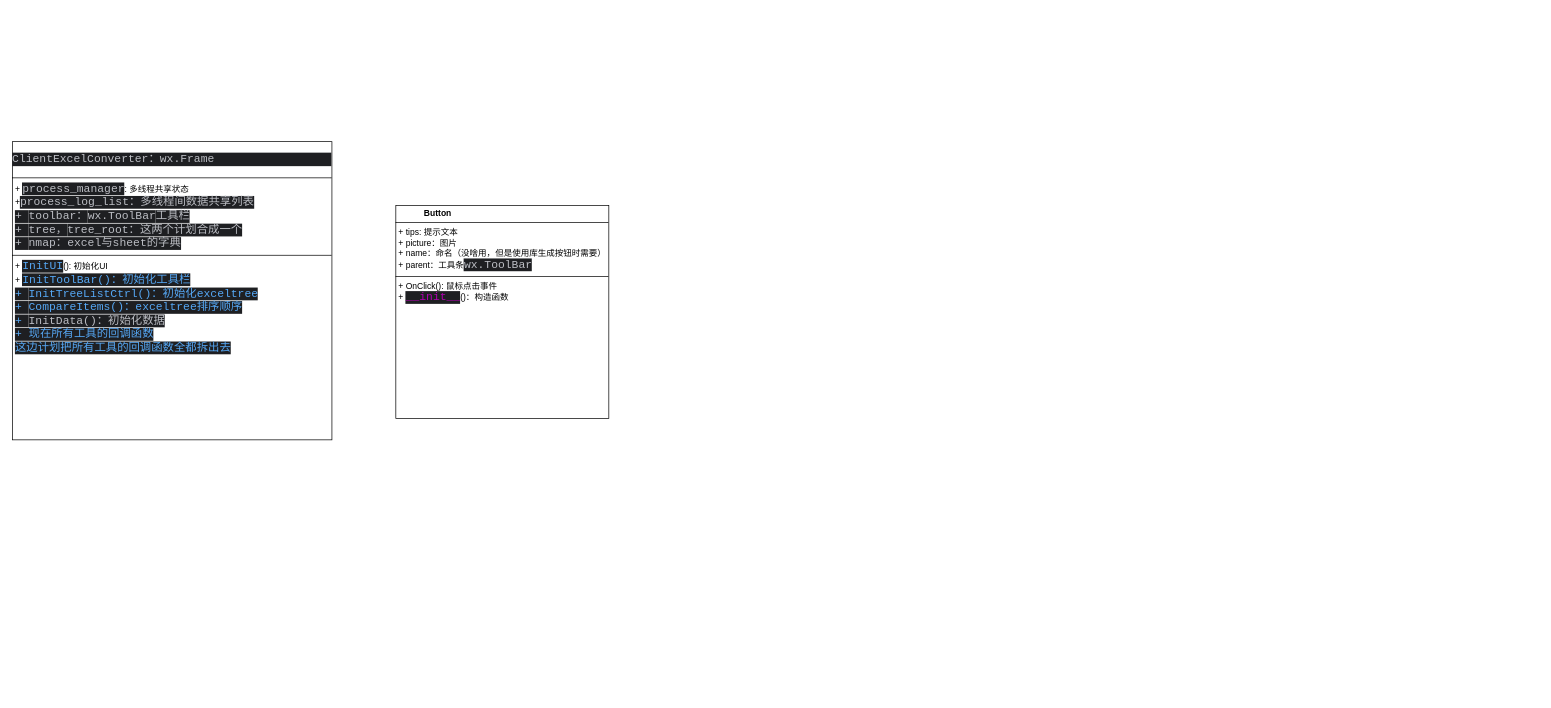
Before: page "导表工具界面UIUML图" (8 of 10) of 导表工具.drawio in ling-shixi/meta, a draw.io diagram. Source tidied: cells renumbered, new cells numbered last; positions are measured from the earlier drawing's top-left corner, leaving out a move shared by most shapes. Both pictures are drawn from the tidied source at 71%, with x=0, y=0 at pixel (12, 141).
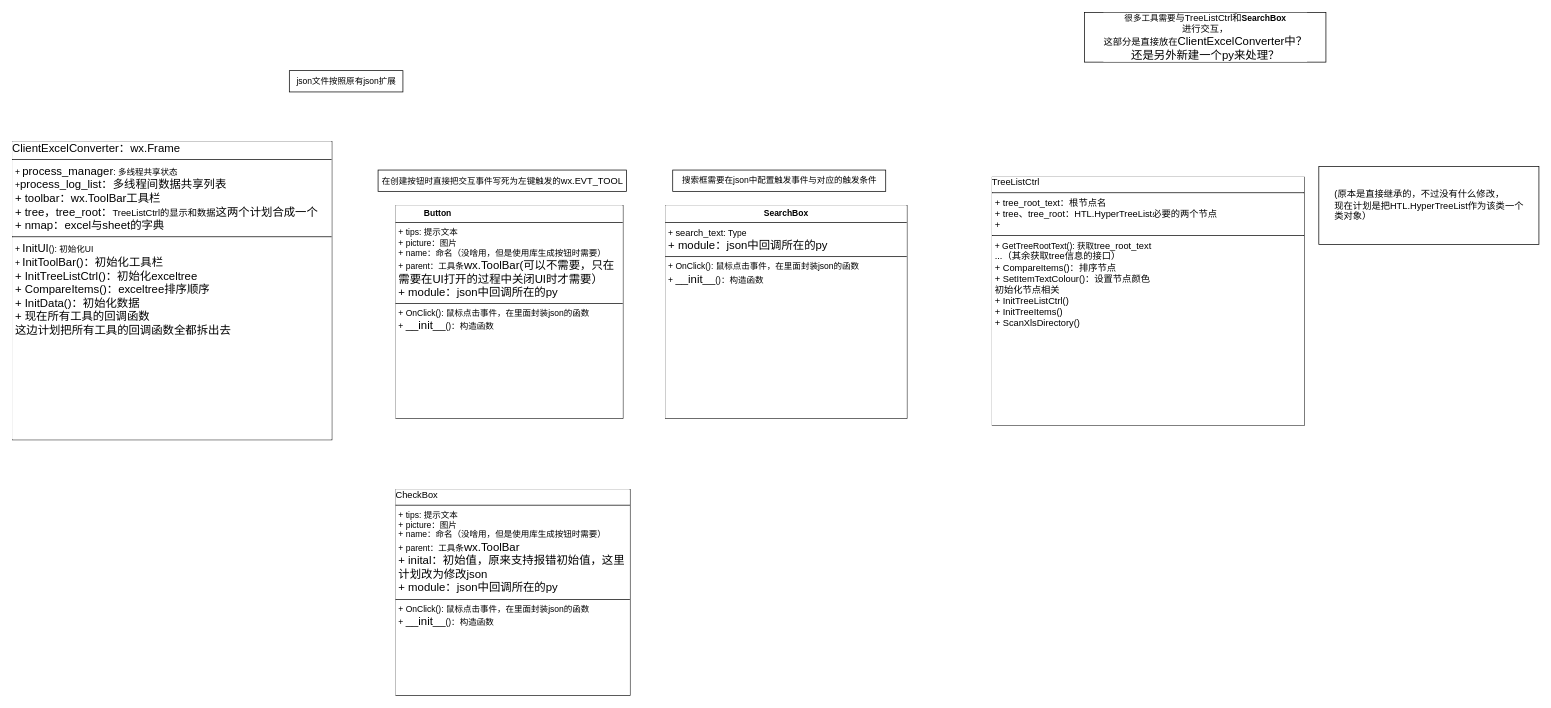
The same page after the edit.

Commit message:
更新导表工具.drawio

The edit, as a diff of the source:
```diff
@@
 <mxGraphModel>
   <root>
     <mxCell id="0" />
     <mxCell id="1" parent="0" />
-    <mxCell id="2" value="&lt;div style=&quot;background-color: rgb(30, 31, 34); color: rgb(188, 190, 196);&quot;&gt;&lt;pre style=&quot;font-family:'JetBrains Mono',monospace;font-size:12.0pt;&quot;&gt;ClientExcelConverter：wx.Frame&lt;/pre&gt;&lt;/div&gt;&lt;hr size=&quot;1&quot; style=&quot;border-style:solid;&quot;&gt;&lt;p style=&quot;margin:0px;margin-left:4px;&quot;&gt;+&amp;nbsp;&lt;span style=&quot;font-family: &amp;quot;JetBrains Mono&amp;quot;, monospace; font-size: 12pt; background-color: rgb(30, 31, 34); color: rgb(188, 190, 196);&quot;&gt;process_manager&lt;/span&gt;&lt;span style=&quot;background-color: transparent; color: light-dark(rgb(0, 0, 0), rgb(255, 255, 255));&quot;&gt;: 多线程共享状态&lt;/span&gt;&lt;/p&gt;&lt;p style=&quot;margin:0px;margin-left:4px;&quot;&gt;&lt;span style=&quot;background-color: transparent; color: light-dark(rgb(0, 0, 0), rgb(255, 255, 255));&quot;&gt;+&lt;/span&gt;&lt;span style=&quot;font-family: &amp;quot;JetBrains Mono&amp;quot;, monospace; font-size: 12pt; background-color: rgb(30, 31, 34); color: rgb(188, 190, 196);&quot;&gt;process_log_list：多线程间数据共享列表&lt;/span&gt;&lt;/p&gt;&lt;p style=&quot;margin:0px;margin-left:4px;&quot;&gt;&lt;span style=&quot;font-family: &amp;quot;JetBrains Mono&amp;quot;, monospace; font-size: 12pt; background-color: rgb(30, 31, 34); color: rgb(188, 190, 196);&quot;&gt;+&amp;nbsp;&lt;/span&gt;&lt;span style=&quot;font-family: &amp;quot;JetBrains Mono&amp;quot;, monospace; font-size: 12pt; background-color: rgb(30, 31, 34); color: rgb(188, 190, 196);&quot;&gt;toolbar：&lt;/span&gt;&lt;span style=&quot;font-family: &amp;quot;JetBrains Mono&amp;quot;, monospace; font-size: 12pt; background-color: rgb(30, 31, 34); color: rgb(188, 190, 196);&quot;&gt;wx.ToolBar&lt;/span&gt;&lt;span style=&quot;background-color: rgb(30, 31, 34); color: rgb(188, 190, 196); font-family: &amp;quot;JetBrains Mono&amp;quot;, monospace; font-size: 12pt;&quot;&gt;工具栏&lt;/span&gt;&lt;/p&gt;&lt;p style=&quot;margin:0px;margin-left:4px;&quot;&gt;&lt;span style=&quot;font-family: &amp;quot;JetBrains Mono&amp;quot;, monospace; font-size: 12pt; background-color: rgb(30, 31, 34); color: rgb(188, 190, 196);&quot;&gt;+&amp;nbsp;&lt;/span&gt;&lt;span style=&quot;font-family: &amp;quot;JetBrains Mono&amp;quot;, monospace; font-size: 12pt; background-color: rgb(30, 31, 34); color: rgb(188, 190, 196);&quot;&gt;tree，&lt;/span&gt;&lt;span style=&quot;font-family: &amp;quot;JetBrains Mono&amp;quot;, monospace; font-size: 12pt; background-color: rgb(30, 31, 34); color: rgb(188, 190, 196);&quot;&gt;tree_root：这两个计划合成一个&lt;/span&gt;&lt;/p&gt;&lt;p style=&quot;margin:0px;margin-left:4px;&quot;&gt;&lt;span style=&quot;font-family: &amp;quot;JetBrains Mono&amp;quot;, monospace; font-size: 12pt; background-color: rgb(30, 31, 34); color: rgb(188, 190, 196);&quot;&gt;+&amp;nbsp;&lt;/span&gt;&lt;span style=&quot;font-family: &amp;quot;JetBrains Mono&amp;quot;, monospace; font-size: 12pt; background-color: rgb(30, 31, 34); color: rgb(188, 190, 196);&quot;&gt;nmap：excel与sheet的字典&lt;/span&gt;&lt;/p&gt;&lt;hr size=&quot;1&quot; style=&quot;border-style:solid;&quot;&gt;&lt;p style=&quot;margin:0px;margin-left:4px;&quot;&gt;+&amp;nbsp;&lt;span style=&quot;color: rgb(86, 168, 245); font-family: &amp;quot;JetBrains Mono&amp;quot;, monospace; font-size: 12pt; background-color: rgb(30, 31, 34);&quot;&gt;InitUI&lt;/span&gt;&lt;span style=&quot;background-color: transparent; color: light-dark(rgb(0, 0, 0), rgb(255, 255, 255));&quot;&gt;(): 初始化UI&lt;/span&gt;&lt;/p&gt;&lt;p style=&quot;margin:0px;margin-left:4px;&quot;&gt;&lt;span style=&quot;background-color: transparent; color: light-dark(rgb(0, 0, 0), rgb(255, 255, 255));&quot;&gt;+&amp;nbsp;&lt;/span&gt;&lt;span style=&quot;color: rgb(86, 168, 245); font-family: &amp;quot;JetBrains Mono&amp;quot;, monospace; font-size: 12pt; background-color: rgb(30, 31, 34);&quot;&gt;InitToolBar()：初始化工具栏&lt;/span&gt;&lt;/p&gt;&lt;p style=&quot;margin:0px;margin-left:4px;&quot;&gt;&lt;span style=&quot;color: rgb(86, 168, 245); font-family: &amp;quot;JetBrains Mono&amp;quot;, monospace; font-size: 12pt; background-color: rgb(30, 31, 34);&quot;&gt;+&amp;nbsp;&lt;/span&gt;&lt;span style=&quot;color: rgb(86, 168, 245); font-family: &amp;quot;JetBrains Mono&amp;quot;, monospace; font-size: 12pt; background-color: rgb(30, 31, 34);&quot;&gt;InitTreeListCtrl()：初始化exceltree&lt;/span&gt;&lt;/p&gt;&lt;p style=&quot;margin:0px;margin-left:4px;&quot;&gt;&lt;span style=&quot;color: rgb(86, 168, 245); font-family: &amp;quot;JetBrains Mono&amp;quot;, monospace; font-size: 12pt; background-color: rgb(30, 31, 34);&quot;&gt;+&amp;nbsp;&lt;/span&gt;&lt;span style=&quot;color: rgb(86, 168, 245); font-family: &amp;quot;JetBrains Mono&amp;quot;, monospace; font-size: 12pt; background-color: rgb(30, 31, 34);&quot;&gt;CompareItems()：exceltree排序顺序&lt;/span&gt;&lt;/p&gt;&lt;p style=&quot;margin:0px;margin-left:4px;&quot;&gt;&lt;span style=&quot;color: rgb(86, 168, 245); font-family: &amp;quot;JetBrains Mono&amp;quot;, monospace; font-size: 12pt; background-color: rgb(30, 31, 34);&quot;&gt;+&amp;nbsp;&lt;/span&gt;&lt;span style=&quot;font-family: &amp;quot;JetBrains Mono&amp;quot;, monospace; font-size: 12pt; background-color: rgb(30, 31, 34); color: rgb(188, 190, 196);&quot;&gt;InitData()：初始化数据&lt;/span&gt;&lt;/p&gt;&lt;p style=&quot;margin:0px;margin-left:4px;&quot;&gt;&lt;span style=&quot;color: rgb(86, 168, 245); font-family: &amp;quot;JetBrains Mono&amp;quot;, monospace; font-size: 12pt; background-color: rgb(30, 31, 34);&quot;&gt;+ 现在所有工具的回调函数&lt;/span&gt;&lt;/p&gt;&lt;p style=&quot;margin:0px;margin-left:4px;&quot;&gt;&lt;span style=&quot;color: rgb(86, 168, 245); font-family: &amp;quot;JetBrains Mono&amp;quot;, monospace; font-size: 12pt; background-color: rgb(30, 31, 34);&quot;&gt;这边计划把所有工具的回调函数全都拆出去&lt;/span&gt;&lt;/p&gt;" style="verticalAlign=top;align=left;overflow=fill;html=1;whiteSpace=wrap;" parent="1" vertex="1">
+    <mxCell id="2" value="&lt;div style=&quot;&quot;&gt;&lt;div style=&quot;font-size: 12pt;&quot;&gt;ClientExcelConverter：wx.Frame&lt;/div&gt;&lt;/div&gt;&lt;hr size=&quot;1&quot; style=&quot;border-style:solid;&quot;&gt;&lt;p style=&quot;margin:0px;margin-left:4px;&quot;&gt;+&amp;nbsp;&lt;span style=&quot;font-size: 12pt;&quot;&gt;process_manager&lt;/span&gt;&lt;span style=&quot;&quot;&gt;: 多线程共享状态&lt;/span&gt;&lt;/p&gt;&lt;p style=&quot;margin:0px;margin-left:4px;&quot;&gt;&lt;span style=&quot;&quot;&gt;+&lt;/span&gt;&lt;span style=&quot;font-size: 12pt;&quot;&gt;process_log_list：多线程间数据共享列表&lt;/span&gt;&lt;/p&gt;&lt;p style=&quot;margin:0px;margin-left:4px;&quot;&gt;&lt;span style=&quot;font-size: 12pt;&quot;&gt;+&amp;nbsp;&lt;/span&gt;&lt;span style=&quot;font-size: 12pt;&quot;&gt;toolbar：&lt;/span&gt;&lt;span style=&quot;font-size: 12pt;&quot;&gt;wx.ToolBar&lt;/span&gt;&lt;span style=&quot;font-size: 12pt;&quot;&gt;工具栏&lt;/span&gt;&lt;/p&gt;&lt;p style=&quot;margin:0px;margin-left:4px;&quot;&gt;&lt;span style=&quot;font-size: 12pt;&quot;&gt;+&amp;nbsp;&lt;/span&gt;&lt;span style=&quot;font-size: 12pt;&quot;&gt;tree，&lt;/span&gt;&lt;span style=&quot;font-size: 12pt;&quot;&gt;tree_root：&lt;/span&gt;&lt;span style=&quot;font-size: 9.8pt;&quot;&gt;TreeListCtrl的显示和数据&lt;/span&gt;&lt;span style=&quot;font-size: 12pt;&quot;&gt;这两个计划合成一个&lt;/span&gt;&lt;/p&gt;&lt;p style=&quot;margin:0px;margin-left:4px;&quot;&gt;&lt;span style=&quot;font-size: 12pt;&quot;&gt;+&amp;nbsp;&lt;/span&gt;&lt;span style=&quot;font-size: 12pt;&quot;&gt;nmap：excel与sheet的字典&lt;/span&gt;&lt;/p&gt;&lt;hr size=&quot;1&quot; style=&quot;border-style:solid;&quot;&gt;&lt;p style=&quot;margin:0px;margin-left:4px;&quot;&gt;+&amp;nbsp;&lt;span style=&quot;font-size: 12pt;&quot;&gt;InitUI&lt;/span&gt;&lt;span style=&quot;&quot;&gt;(): 初始化UI&lt;/span&gt;&lt;/p&gt;&lt;p style=&quot;margin:0px;margin-left:4px;&quot;&gt;&lt;span style=&quot;&quot;&gt;+&amp;nbsp;&lt;/span&gt;&lt;span style=&quot;font-size: 12pt;&quot;&gt;InitToolBar()：初始化工具栏&lt;/span&gt;&lt;/p&gt;&lt;p style=&quot;margin:0px;margin-left:4px;&quot;&gt;&lt;span style=&quot;font-size: 12pt;&quot;&gt;+&amp;nbsp;&lt;/span&gt;&lt;span style=&quot;font-size: 12pt;&quot;&gt;InitTreeListCtrl()：初始化exceltree&lt;/span&gt;&lt;/p&gt;&lt;p style=&quot;margin:0px;margin-left:4px;&quot;&gt;&lt;span style=&quot;font-size: 12pt;&quot;&gt;+&amp;nbsp;&lt;/span&gt;&lt;span style=&quot;font-size: 12pt;&quot;&gt;CompareItems()：exceltree排序顺序&lt;/span&gt;&lt;/p&gt;&lt;p style=&quot;margin:0px;margin-left:4px;&quot;&gt;&lt;span style=&quot;font-size: 12pt;&quot;&gt;+&amp;nbsp;&lt;/span&gt;&lt;span style=&quot;font-size: 12pt;&quot;&gt;InitData()：初始化数据&lt;/span&gt;&lt;/p&gt;&lt;p style=&quot;margin:0px;margin-left:4px;&quot;&gt;&lt;span style=&quot;font-size: 12pt;&quot;&gt;+ 现在所有工具的回调函数&lt;/span&gt;&lt;/p&gt;&lt;p style=&quot;margin:0px;margin-left:4px;&quot;&gt;&lt;span style=&quot;font-size: 12pt;&quot;&gt;这边计划把所有工具的回调函数全都拆出去&lt;/span&gt;&lt;/p&gt;" style="verticalAlign=top;align=left;overflow=fill;html=1;whiteSpace=wrap;strokeColor=default;fontColor=default;labelBackgroundColor=default;fontFamily=Helvetica;fillColor=default;" parent="1" vertex="1">
       <mxGeometry width="450" height="420" as="geometry" />
     </mxCell>
-    <mxCell id="3" value="&lt;blockquote style=&quot;margin: 0 0 0 40px; border: none; padding: 0px;&quot;&gt;&lt;p style=&quot;margin: 4px 0px 0px;&quot;&gt;&lt;b&gt;Button&lt;/b&gt;&lt;/p&gt;&lt;/blockquote&gt;&lt;hr size=&quot;1&quot; style=&quot;border-style:solid;&quot;&gt;&lt;p style=&quot;margin:0px;margin-left:4px;&quot;&gt;+ tips: 提示文本&lt;/p&gt;&lt;p style=&quot;margin:0px;margin-left:4px;&quot;&gt;+ picture：图片&lt;/p&gt;&lt;p style=&quot;margin:0px;margin-left:4px;&quot;&gt;+ name：命名（没啥用，但是使用库生成按钮时需要）&lt;/p&gt;&lt;p style=&quot;margin:0px;margin-left:4px;&quot;&gt;+ parent：工具条&lt;span style=&quot;font-family: &amp;quot;JetBrains Mono&amp;quot;, monospace; font-size: 12pt; background-color: rgb(30, 31, 34); color: rgb(188, 190, 196);&quot;&gt;wx.ToolBar&lt;/span&gt;&lt;/p&gt;&lt;hr size=&quot;1&quot; style=&quot;border-style:solid;&quot;&gt;&lt;p style=&quot;margin:0px;margin-left:4px;&quot;&gt;+ OnClick(): 鼠标点击事件&lt;/p&gt;&lt;p style=&quot;margin:0px;margin-left:4px;&quot;&gt;+&amp;nbsp;&lt;span style=&quot;color: rgb(178, 0, 178); font-family: &amp;quot;JetBrains Mono&amp;quot;, monospace; font-size: 12pt; background-color: rgb(30, 31, 34);&quot;&gt;__init__&lt;/span&gt;&lt;span style=&quot;background-color: transparent; color: light-dark(rgb(0, 0, 0), rgb(255, 255, 255));&quot;&gt;()：构造函数&lt;/span&gt;&lt;/p&gt;" style="verticalAlign=top;align=left;overflow=fill;html=1;whiteSpace=wrap;" parent="1" vertex="1">
-      <mxGeometry x="540" y="90" width="300" height="300" as="geometry" />
+    <mxCell id="3" value="&lt;blockquote style=&quot;margin: 0 0 0 40px; border: none; padding: 0px;&quot;&gt;&lt;p style=&quot;margin: 4px 0px 0px;&quot;&gt;&lt;b&gt;Button&lt;/b&gt;&lt;/p&gt;&lt;/blockquote&gt;&lt;hr size=&quot;1&quot; style=&quot;border-style:solid;&quot;&gt;&lt;p style=&quot;margin:0px;margin-left:4px;&quot;&gt;+ tips: 提示文本&lt;/p&gt;&lt;p style=&quot;margin:0px;margin-left:4px;&quot;&gt;+ picture：图片&lt;/p&gt;&lt;p style=&quot;margin:0px;margin-left:4px;&quot;&gt;+ name：命名（没啥用，但是使用库生成按钮时需要）&lt;/p&gt;&lt;p style=&quot;margin:0px;margin-left:4px;&quot;&gt;+ parent：工具条&lt;span style=&quot;font-size: 12pt;&quot;&gt;wx.ToolBar(可以不需要，只在需要在UI打开的过程中关闭UI时才需要）&lt;/span&gt;&lt;/p&gt;&lt;p style=&quot;margin:0px;margin-left:4px;&quot;&gt;&lt;span style=&quot;font-size: 12pt;&quot;&gt;+ module：json中回调所在的py&lt;/span&gt;&lt;/p&gt;&lt;hr size=&quot;1&quot; style=&quot;border-style:solid;&quot;&gt;&lt;p style=&quot;margin:0px;margin-left:4px;&quot;&gt;+ OnClick(): 鼠标点击事件，在里面封装json的函数&lt;/p&gt;&lt;p style=&quot;margin:0px;margin-left:4px;&quot;&gt;+&amp;nbsp;&lt;span style=&quot;font-size: 12pt;&quot;&gt;__init__&lt;/span&gt;&lt;span style=&quot;&quot;&gt;()：构造函数&lt;/span&gt;&lt;/p&gt;" style="verticalAlign=top;align=left;overflow=fill;html=1;whiteSpace=wrap;strokeColor=default;fontColor=default;labelBackgroundColor=default;fontFamily=Helvetica;fillColor=default;" parent="1" vertex="1">
+      <mxGeometry x="540" y="90" width="320" height="300" as="geometry" />
     </mxCell>
+    <mxCell id="4" value="&lt;p style=&quot;margin:0px;margin-top:4px;text-align:center;&quot;&gt;&lt;b&gt;SearchBox&lt;/b&gt;&lt;/p&gt;&lt;hr size=&quot;1&quot; style=&quot;border-style:solid;&quot;&gt;&lt;p style=&quot;margin:0px;margin-left:4px;&quot;&gt;+&amp;nbsp;&lt;span style=&quot;font-size: 9.8pt;&quot;&gt;search_text&lt;/span&gt;&lt;span style=&quot;&quot;&gt;: Type&lt;/span&gt;&lt;/p&gt;&lt;p style=&quot;margin:0px;margin-left:4px;&quot;&gt;&lt;span style=&quot;font-size: 16px;&quot;&gt;+ module：json中回调所在的py&lt;/span&gt;&lt;/p&gt;&lt;hr size=&quot;1&quot; style=&quot;border-style:solid;&quot;&gt;&lt;p style=&quot;margin: 0px 0px 0px 4px;&quot;&gt;+ OnClick(): 鼠标点击事件，在里面封装json的函数&lt;/p&gt;&lt;p style=&quot;margin: 0px 0px 0px 4px;&quot;&gt;+&amp;nbsp;&lt;span style=&quot;font-size: 12pt;&quot;&gt;__init__&lt;/span&gt;&lt;span style=&quot;&quot;&gt;()：构造函数&lt;/span&gt;&lt;/p&gt;" style="verticalAlign=top;align=left;overflow=fill;html=1;whiteSpace=wrap;strokeColor=default;fontColor=default;labelBackgroundColor=default;fontFamily=Helvetica;fillColor=default;" parent="1" vertex="1">
+      <mxGeometry x="920" y="90" width="340" height="300" as="geometry" />
+    </mxCell>
+    <mxCell id="5" value="&lt;div style=&quot;&quot;&gt;&lt;div style=&quot;font-size: 9.8pt;&quot;&gt;TreeListCtrl&lt;/div&gt;&lt;/div&gt;&lt;hr size=&quot;1&quot; style=&quot;border-style:solid;&quot;&gt;&lt;p style=&quot;margin:0px;margin-left:4px;&quot;&gt;&lt;span style=&quot;font-size: 9.8pt;&quot;&gt;+&amp;nbsp;&lt;/span&gt;&lt;span style=&quot;font-size: 9.8pt;&quot;&gt;tree_root_text：根节点名&lt;/span&gt;&lt;/p&gt;&lt;p style=&quot;margin:0px;margin-left:4px;&quot;&gt;&lt;span style=&quot;font-size: 9.8pt;&quot;&gt;+&amp;nbsp;&lt;/span&gt;&lt;span style=&quot;font-size: 9.8pt;&quot;&gt;tree、&lt;/span&gt;&lt;span style=&quot;font-size: 9.8pt;&quot;&gt;tree_root：&lt;/span&gt;&lt;span style=&quot;font-size: 13.0667px;&quot;&gt;HTL.HyperTreeList必要的两个节点&lt;/span&gt;&lt;/p&gt;&lt;p style=&quot;margin:0px;margin-left:4px;&quot;&gt;&lt;span style=&quot;font-size: 13.0667px;&quot;&gt;+&lt;/span&gt;&lt;/p&gt;&lt;hr size=&quot;1&quot; style=&quot;border-style:solid;&quot;&gt;&lt;p style=&quot;margin:0px;margin-left:4px;&quot;&gt;+ GetTreeRootText(): 获取&lt;span style=&quot;font-size: 13.0667px;&quot;&gt;tree_root_text&lt;/span&gt;&lt;/p&gt;&lt;p style=&quot;margin:0px;margin-left:4px;&quot;&gt;&lt;font&gt;&lt;span style=&quot;font-size: 13.0667px;&quot;&gt;...（其余获取tree信息的接口）&lt;/span&gt;&lt;/font&gt;&lt;/p&gt;&lt;p style=&quot;margin:0px;margin-left:4px;&quot;&gt;&lt;font&gt;&lt;span style=&quot;font-size: 13.0667px;&quot;&gt;+&amp;nbsp;&lt;/span&gt;&lt;/font&gt;&lt;span style=&quot;font-size: 9.8pt;&quot;&gt;CompareItems()：排序节点&lt;/span&gt;&lt;/p&gt;&lt;p style=&quot;margin:0px;margin-left:4px;&quot;&gt;&lt;span style=&quot;font-size: 9.8pt;&quot;&gt;+&amp;nbsp;&lt;/span&gt;&lt;span style=&quot;font-size: 9.8pt;&quot;&gt;SetItemTextColour()：设置节点颜色&lt;/span&gt;&lt;span style=&quot;font-size: 9.8pt;&quot;&gt;&lt;/span&gt;&lt;/p&gt;&lt;p style=&quot;margin:0px;margin-left:4px;&quot;&gt;&lt;font&gt;&lt;span style=&quot;font-size: 13.0667px;&quot;&gt;初始化节点相关&lt;/span&gt;&lt;/font&gt;&lt;/p&gt;&lt;p style=&quot;margin:0px;margin-left:4px;&quot;&gt;&lt;font&gt;&lt;span style=&quot;font-size: 13.0667px;&quot;&gt;+&amp;nbsp;&lt;/span&gt;&lt;/font&gt;&lt;span style=&quot;font-size: 9.8pt;&quot;&gt;InitTreeListCtrl()&lt;/span&gt;&lt;/p&gt;&lt;p style=&quot;margin:0px;margin-left:4px;&quot;&gt;&lt;span style=&quot;font-size: 9.8pt;&quot;&gt;+&amp;nbsp;&lt;/span&gt;&lt;span style=&quot;font-size: 9.8pt;&quot;&gt;InitTreeItems()&lt;/span&gt;&lt;/p&gt;&lt;p style=&quot;margin:0px;margin-left:4px;&quot;&gt;&lt;span style=&quot;font-size: 9.8pt;&quot;&gt;+&amp;nbsp;&lt;/span&gt;&lt;span style=&quot;font-size: 9.8pt;&quot;&gt;ScanXlsDirectory()&lt;/span&gt;&lt;/p&gt;&lt;p style=&quot;margin:0px;margin-left:4px;&quot;&gt;&lt;br&gt;&lt;/p&gt;" style="verticalAlign=top;align=left;overflow=fill;html=1;whiteSpace=wrap;strokeColor=default;fontColor=default;labelBackgroundColor=default;fontFamily=Helvetica;fillColor=default;" parent="1" vertex="1">
+      <mxGeometry x="1380" y="50" width="440" height="350" as="geometry" />
+    </mxCell>
+    <mxCell id="6" value="&lt;div style=&quot;text-align: left; font-size: 9.8pt;&quot;&gt;&lt;font style=&quot;&quot;&gt;(原本是直接继承的，不过没有什么修改，&lt;/font&gt;&lt;/div&gt;&lt;div style=&quot;text-align: left; font-size: 9.8pt;&quot;&gt;&lt;font style=&quot;&quot;&gt;现在&lt;/font&gt;计划是把HTL.HyperTreeList作为该类一个&lt;/div&gt;&lt;div style=&quot;text-align: left; font-size: 9.8pt;&quot;&gt;类对象）&lt;/div&gt;" style="text;html=1;align=center;verticalAlign=middle;strokeColor=default;fillColor=default;fontColor=default;labelBackgroundColor=default;fontFamily=Helvetica;" parent="1" vertex="1">
+      <mxGeometry x="1840" y="35" width="310" height="110" as="geometry" />
+    </mxCell>
+    <mxCell id="7" value="很多工具需要&lt;span style=&quot;font-size: 9.8pt; text-align: left;&quot;&gt;与&lt;/span&gt;&lt;span style=&quot;font-size: 9.8pt; text-align: left;&quot;&gt;TreeListCtrl和&lt;b style=&quot;font-size: 12px; text-align: center; text-wrap-mode: wrap;&quot;&gt;SearchBox&lt;/b&gt;进行交互，&lt;/span&gt;&lt;div&gt;&lt;span style=&quot;font-size: 9.8pt; text-align: left;&quot;&gt;这部分是直接放在&lt;/span&gt;&lt;span style=&quot;font-size: 12pt; text-align: left;&quot;&gt;ClientExcelConverter中？&lt;/span&gt;&lt;/div&gt;&lt;div&gt;&lt;span style=&quot;font-size: 12pt; text-align: left;&quot;&gt;还是另外新建一个py来处理？&lt;/span&gt;&lt;/div&gt;" style="text;html=1;align=center;verticalAlign=middle;strokeColor=default;fillColor=default;fontColor=default;labelBackgroundColor=default;fontFamily=Helvetica;" parent="1" vertex="1">
+      <mxGeometry x="1510" y="-182" width="340" height="70" as="geometry" />
+    </mxCell>
+    <mxCell id="8" value="在创建按钮时直接把交互事件写死为左键触发的&lt;span style=&quot;font-size: 9.8pt;&quot;&gt;wx.EVT_TOOL&lt;/span&gt;" style="text;html=1;align=center;verticalAlign=middle;strokeColor=default;fillColor=default;fontColor=default;labelBackgroundColor=default;fontFamily=Helvetica;" parent="1" vertex="1">
+      <mxGeometry x="515" y="40" width="350" height="30" as="geometry" />
+    </mxCell>
+    <mxCell id="9" value="搜索框需要在json中配置触发事件与对应的触发条件" style="text;html=1;align=center;verticalAlign=middle;strokeColor=default;fillColor=default;fontColor=default;labelBackgroundColor=default;fontFamily=Helvetica;" parent="1" vertex="1">
+      <mxGeometry x="930" y="40" width="300" height="30" as="geometry" />
+    </mxCell>
+    <mxCell id="10" value="&lt;div style=&quot;&quot;&gt;&lt;div style=&quot;font-size: 9.8pt;&quot;&gt;CheckBox&lt;/div&gt;&lt;/div&gt;&lt;hr size=&quot;1&quot; style=&quot;border-style:solid;&quot;&gt;&lt;p style=&quot;margin: 0px 0px 0px 4px;&quot;&gt;+ tips: 提示文本&lt;/p&gt;&lt;p style=&quot;margin: 0px 0px 0px 4px;&quot;&gt;+ picture：图片&lt;/p&gt;&lt;p style=&quot;margin: 0px 0px 0px 4px;&quot;&gt;+ name：命名（没啥用，但是使用库生成按钮时需要）&lt;/p&gt;&lt;p style=&quot;margin: 0px 0px 0px 4px;&quot;&gt;+ parent：工具条&lt;span style=&quot;font-size: 12pt;&quot;&gt;wx.ToolBar&lt;/span&gt;&lt;/p&gt;&lt;p style=&quot;margin: 0px 0px 0px 4px;&quot;&gt;&lt;span style=&quot;font-size: 12pt;&quot;&gt;+ inital：初始值，原来支持报错初始值，这里计划改为修改json&lt;/span&gt;&lt;/p&gt;&lt;p style=&quot;margin: 0px 0px 0px 4px;&quot;&gt;&lt;span style=&quot;font-size: 12pt;&quot;&gt;+ module：json中回调所在的py&lt;/span&gt;&lt;/p&gt;&lt;hr size=&quot;1&quot; style=&quot;border-style:solid;&quot;&gt;&lt;p style=&quot;margin: 0px 0px 0px 4px;&quot;&gt;+ OnClick(): 鼠标点击事件，在里面封装json的函数&lt;/p&gt;&lt;p style=&quot;margin: 0px 0px 0px 4px;&quot;&gt;+&amp;nbsp;&lt;span style=&quot;font-size: 12pt;&quot;&gt;__init__&lt;/span&gt;&lt;span style=&quot;&quot;&gt;()：构造函数&lt;/span&gt;&lt;/p&gt;" style="verticalAlign=top;align=left;overflow=fill;html=1;whiteSpace=wrap;strokeColor=default;fontColor=default;labelBackgroundColor=default;fontFamily=Helvetica;fillColor=default;" parent="1" vertex="1">
+      <mxGeometry x="540" y="490" width="330" height="290" as="geometry" />
+    </mxCell>
+    <mxCell id="11" value="json文件按照原有json扩展" style="text;html=1;align=center;verticalAlign=middle;strokeColor=default;fillColor=default;fontColor=default;labelBackgroundColor=default;fontFamily=Helvetica;" parent="1" vertex="1">
+      <mxGeometry x="390" y="-100" width="160" height="30" as="geometry" />
+    </mxCell>
   </root>
 </mxGraphModel>
```
